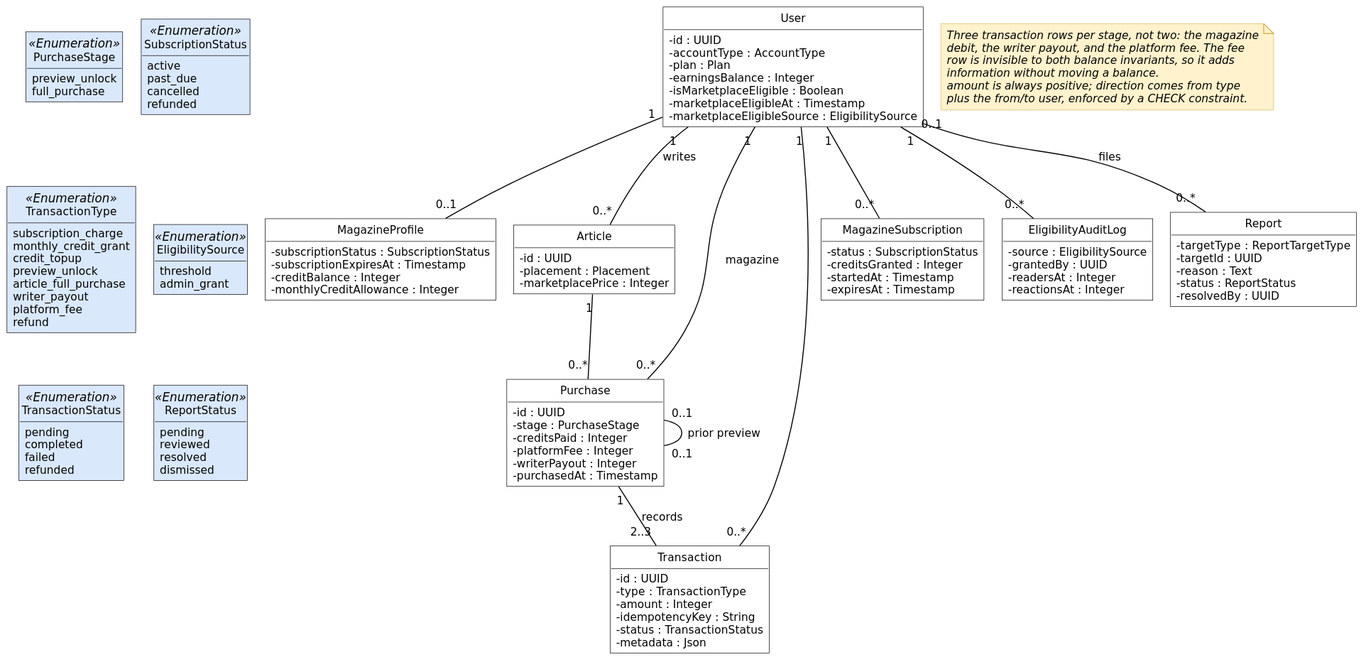
Earlier version of the PlantUML export diagrams/fig-6-2-classes-sprint-5/fig-6-2-classes-sprint-5.svg (inkwell-dev/spec.inkwell.ai).
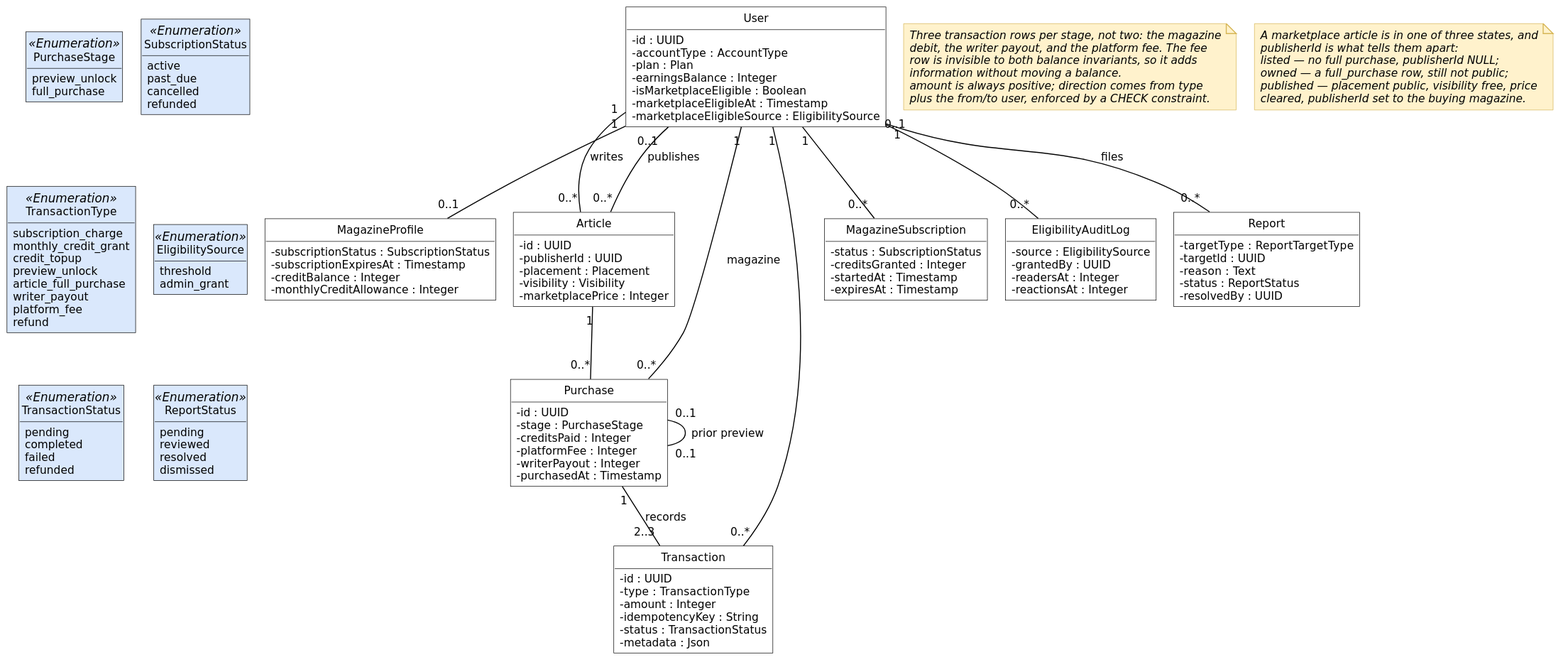
The same diagram one commit later.

Commit message:
docs(diagrams): redraw fig-6-2 around the publisher column

Licensing is this figure's subject, and the column that encodes it was missing.
Article now carries publisherId and visibility, the magazine's publishes
association is drawn, and a note gives the three marketplace states
purchases.service.ts derives from them: listed, owned, and published, where
publishing makes the article public and free, clears the price and records the
buying magazine.

Change to the diagram source:
```diff
@@ -22,7 +22,9 @@
 }
 class Article {
   - id : UUID
+  - publisherId : UUID
   - placement : Placement
+  - visibility : Visibility
   - marketplacePrice : Integer
 }
 class Purchase {
@@ -100,6 +102,7 @@
 
 User "1" -- "0..1" MagazineProfile
 User "1" -- "0..*" Article : writes
+User "0..1" -- "0..*" Article : publishes
 Article "1" -- "0..*" Purchase
 User "1" -- "0..*" Purchase : magazine
 Purchase "0..1" -- "0..1" Purchase : prior preview
@@ -118,6 +121,15 @@
   plus the from/to user, enforced by a CHECK constraint.
 end note
 
+note as N2
+  A marketplace article is in one of three states, and
+  publisherId is what tells them apart:
+  listed — no full purchase, publisherId NULL;
+  owned — a full_purchase row, still not public;
+  published — placement public, visibility free, price
+  cleared, publisherId set to the buying magazine.
+end note
+
 PurchaseStage -[hidden]down- TransactionType
 TransactionType -[hidden]down- TransactionStatus
 SubscriptionStatus -[hidden]down- EligibilitySource
```
